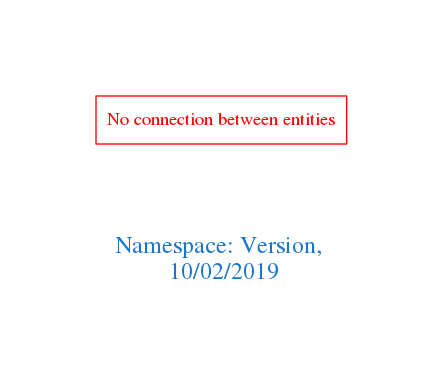
The Graphviz diagram downloads/Version.png in arago/OGIT, before a commit. Its source is kept beside it as downloads/Version.dot.
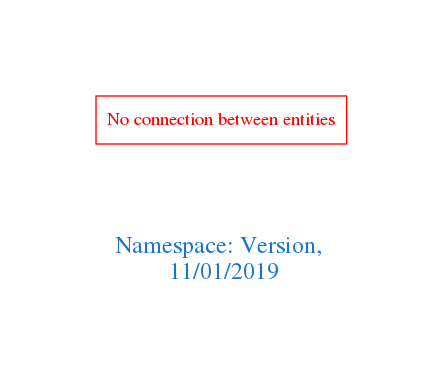
Later version of the same file.

What changed in the source:
```diff
@@ -1,7 +1,7 @@
 digraph OGIT_ontology {
  graph [ rankdir= LR,pad=1
 fontsize = 18,
-fontcolor= dodgerblue3,label = "\n\n\nNamespace: Version, \n 10/02/2019"];
+fontcolor= dodgerblue3,label = "\n\n\nNamespace: Version, \n 11/01/2019"];
 node[shape=polygon];
 edge [  color="gray81"];
 
```
